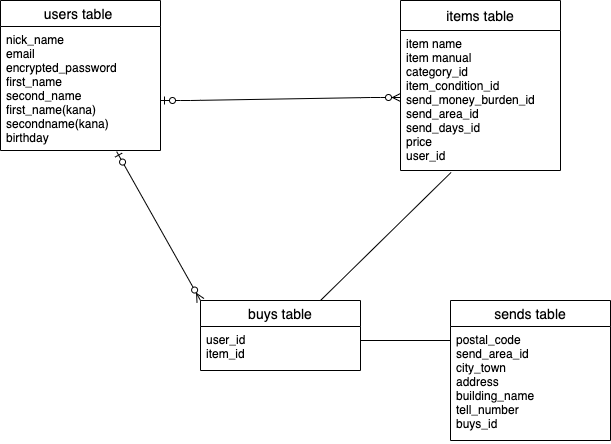
Before: furima.drawio.png, a diagram exported from draw.io (oguken/furima-33845). Source tidied: cells renumbered, new cells last; positions are measured from the earlier drawing's top-left corner, leaving out a move shared by most shapes.
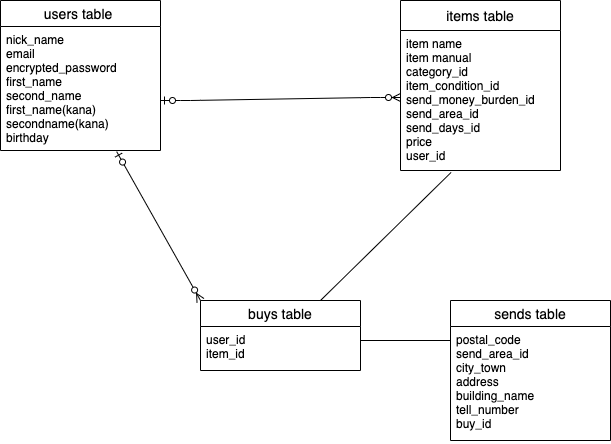
After the commit.

Commit message:
データベース設計完成

Diff of the diagram source:
```diff
@@ -17,7 +17,7 @@
     <mxCell id="6" value="sends table" style="swimlane;fontStyle=0;horizontal=1;startSize=26;align=center;fontSize=14;" parent="1" vertex="1">
       <mxGeometry x="450" y="300" width="160" height="140" as="geometry" />
     </mxCell>
-    <mxCell id="7" value="postal_code&#10;send_area_id&#10;city_town&#10;address&#10;building_name&#10;tell_number&#10;buys_id&#10;" style="text;strokeColor=none;fillColor=none;spacingLeft=4;spacingRight=4;overflow=hidden;fontSize=12;" parent="6" vertex="1">
+    <mxCell id="7" value="postal_code&#10;send_area_id&#10;city_town&#10;address&#10;building_name&#10;tell_number&#10;buy_id&#10;" style="text;strokeColor=none;fillColor=none;spacingLeft=4;spacingRight=4;overflow=hidden;fontSize=12;" parent="6" vertex="1">
       <mxGeometry y="26" width="160" height="114" as="geometry" />
     </mxCell>
     <mxCell id="8" value="buys table" style="swimlane;fontStyle=0;horizontal=1;startSize=26;align=center;fontSize=14;" parent="1" vertex="1">
```
